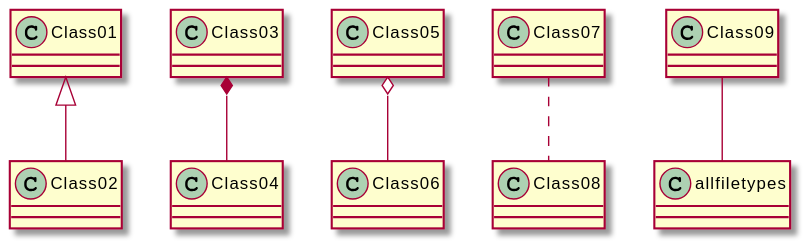
Above: meilenstein_03/test.svg in weichware10/meilensteine (PlantUML), before the change. Its diagram source:
```plantuml
@startuml
Class01 <|-- Class02
Class03 *-- Class04
Class05 o-- Class06
Class07 .. Class08
Class09 -- allfiletypes
@enduml
```
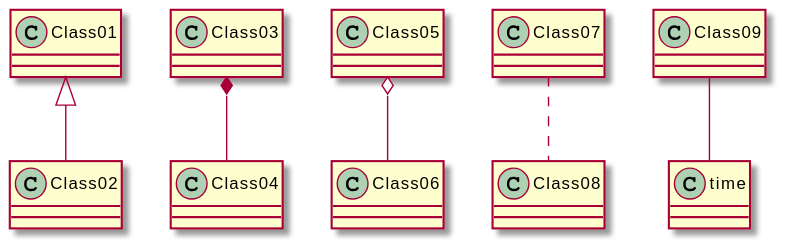
The same diagram one commit later.

Commit message:
Render PlantUML SVGs

The edit, as a diff of the source:
```diff
@@ -3,5 +3,5 @@
 Class03 *-- Class04
 Class05 o-- Class06
 Class07 .. Class08
-Class09 -- allfiletypes
+Class09 -- time
 @enduml
```
